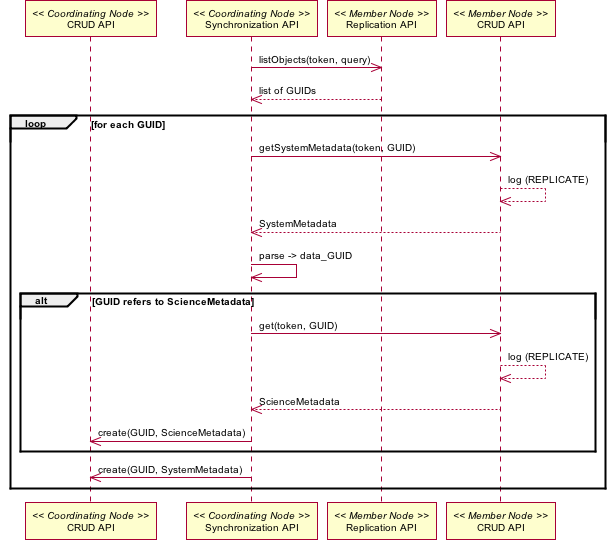
Earlier version of the PlantUML export source/UseCases/images/06_interaction.png (datadavev/DataONE_architecture).
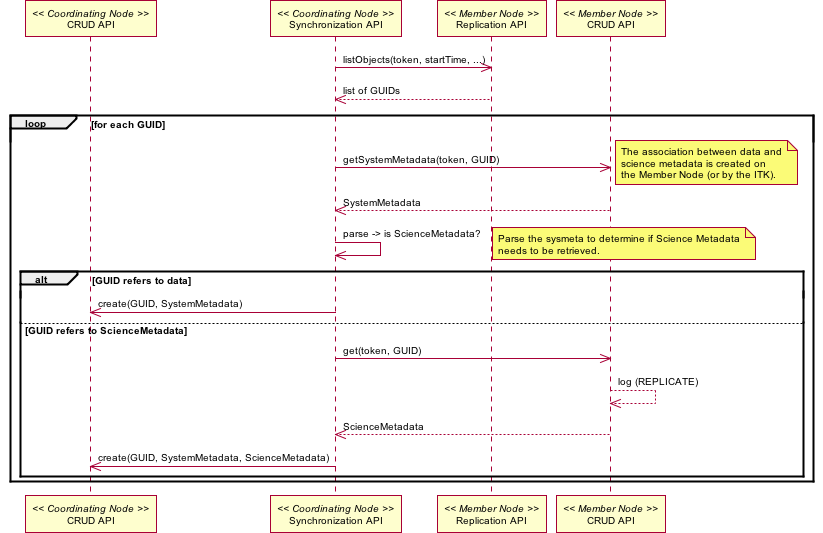
Above is the later version.

What changed in the source:
```diff
@@ -60,19 +60,28 @@
 participant "Synchronization API" as c_sync << Coordinating Node >>
 participant "Replication API" as m_rep << Member Node >>
 participant "CRUD API" as m_crud << Member Node >>
-c_sync -> m_rep: listObjects(token, query)
+c_sync -> m_rep: listObjects(token, startTime, ...)
 c_sync <-- m_rep: list of GUIDs
 loop for each GUID
 c_sync -> m_crud: getSystemMetadata(token, GUID)
-m_crud --> m_crud: log (REPLICATE)
+note right
+The association between data and
+science metadata is created on
+the Member Node (or by the ITK).
+end note
 c_sync <-- m_crud: SystemMetadata
-c_sync -> c_sync: parse -> data_GUID
-alt GUID refers to ScienceMetadata
+c_sync -> c_sync: parse -> is ScienceMetadata?
+note right
+Parse the sysmeta to determine if Science Metadata
+needs to be retrieved.
+end note
+alt GUID refers to data
+c_sync -> c_crud: create(GUID, SystemMetadata)
+else GUID refers to ScienceMetadata
 c_sync -> m_crud: get(token, GUID)
 m_crud --> m_crud: log (REPLICATE)
 c_sync <-- m_crud: ScienceMetadata
-c_sync -> c_crud: create(GUID, ScienceMetadata)
+c_sync -> c_crud: create(GUID, SystemMetadata, ScienceMetadata)
 end
-c_sync -> c_crud: create(GUID, SystemMetadata)
 end
 @enduml
```
